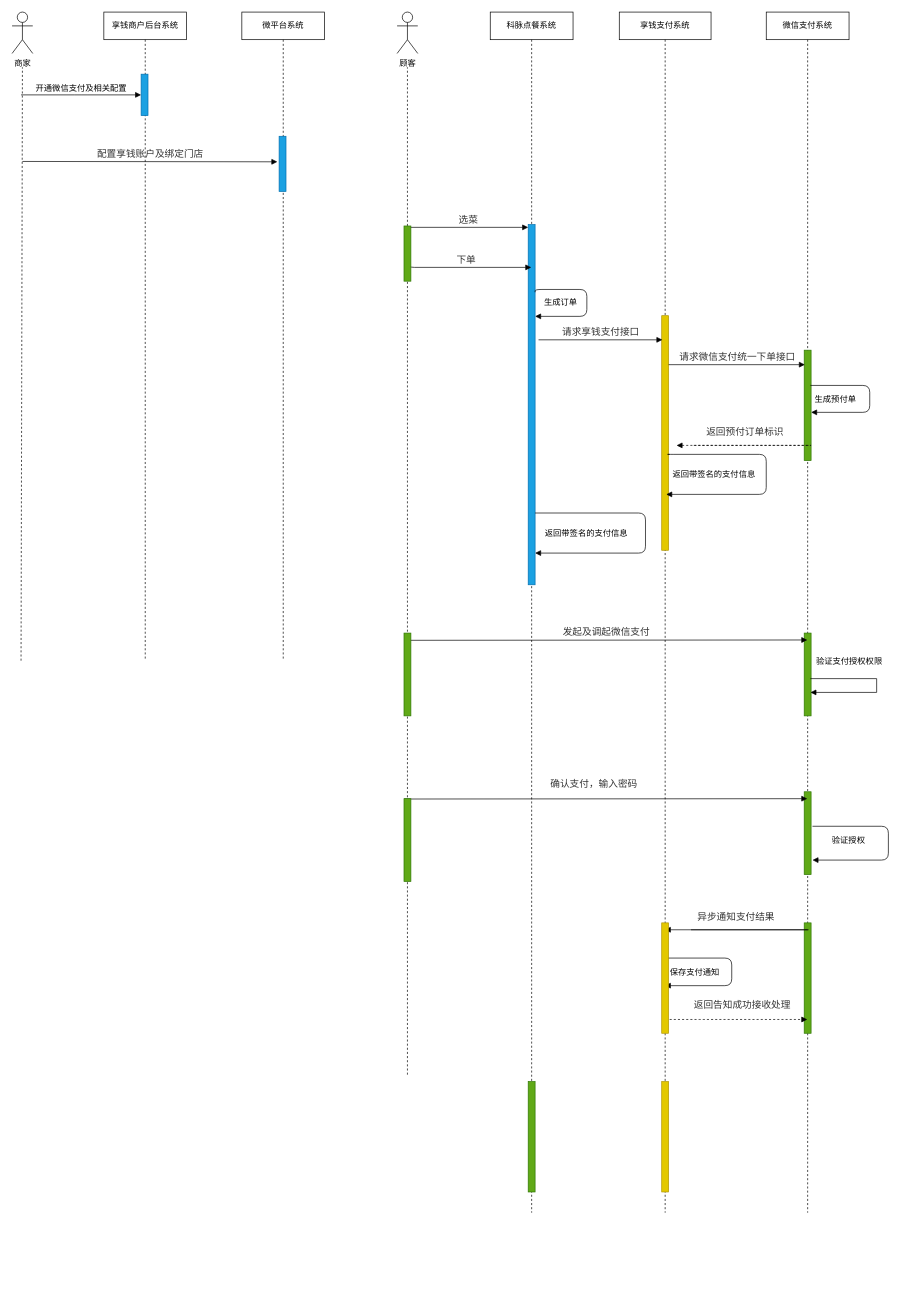
Above: Kemai/享钱支付顺序图.drawio in noobwu/diagrams (draw.io), before the change. Source tidied: cells renumbered, new cells numbered last; positions are measured from the earlier drawing's top-left corner, leaving out a move shared by most shapes. Both pictures are drawn from the tidied source at 69%, with x=0, y=0 at pixel (12, 12).
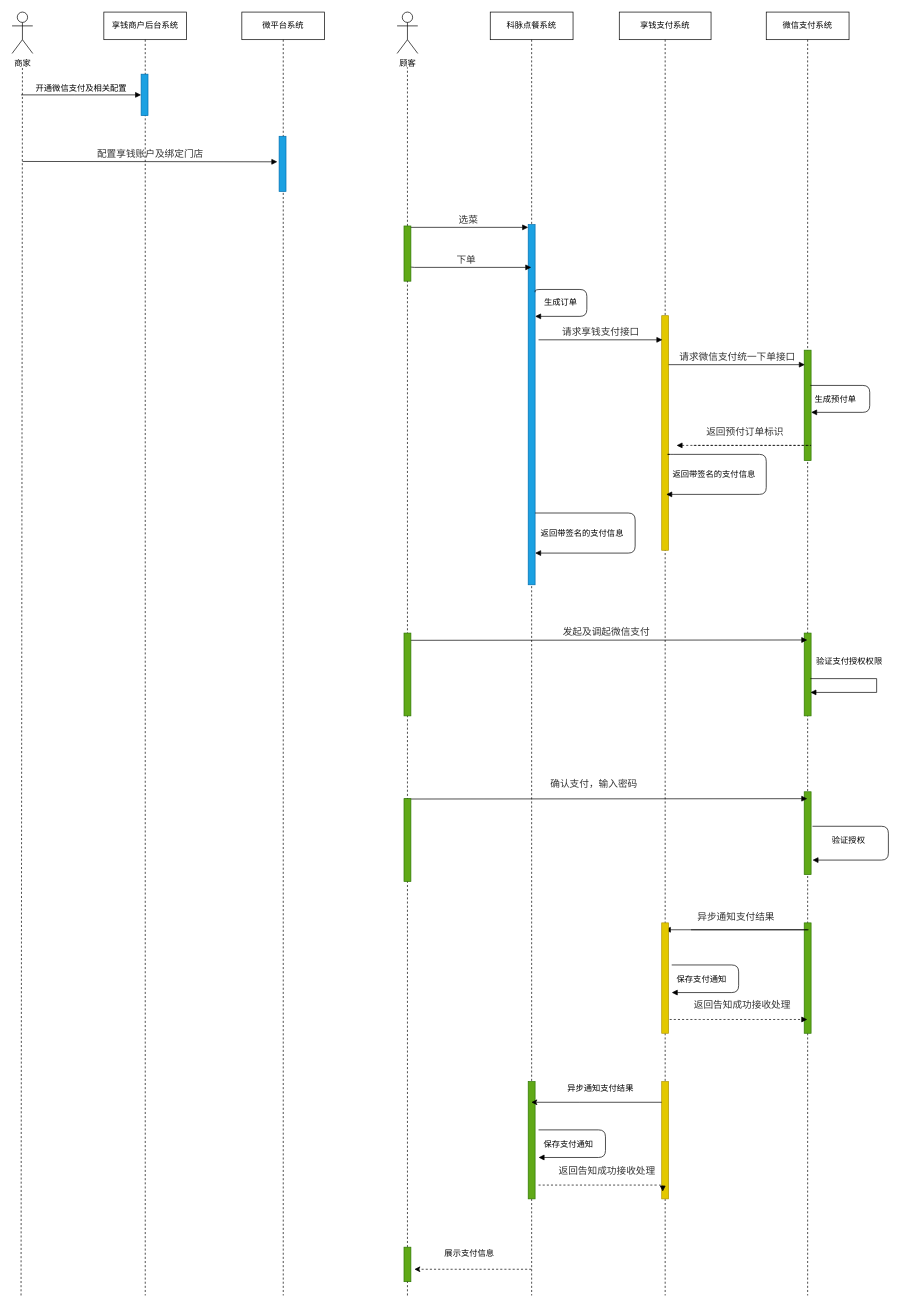
The same diagram, later.

Commit message:
更新享钱支付顺序图.drawio

Unchanged cells that the change refers to:
```xml
<mxCell id="5" style="html=1;points=[];perimeter=orthogonalPerimeter;fillColor=#1ba1e2;strokeColor=#006EAF;fontColor=#ffffff;" parent="4" vertex="1">
  <mxGeometry x="55" y="308" width="10" height="522" as="geometry" />
</mxCell>
<mxCell id="19" style="html=1;points=[];perimeter=orthogonalPerimeter;fillColor=#60a917;strokeColor=#2D7600;fontColor=#ffffff;" parent="1" vertex="1">
  <mxGeometry x="568" y="310" width="10" height="80" as="geometry" />
</mxCell>
```

Change to the diagram source:
```diff
@@
     <mxCell id="4" value="科脉点餐系统" style="shape=umlLifeline;perimeter=lifelinePerimeter;whiteSpace=wrap;html=1;outlineConnect=0;" parent="1" vertex="1">
-      <mxGeometry x="693" width="120" height="1740" as="geometry" />
+      <mxGeometry x="693" width="120" height="1860" as="geometry" />
     </mxCell>
@@
     <mxCell id="7" style="html=1;perimeter=orthogonalPerimeter;fillColor=#60a917;strokeColor=#2D7600;fontColor=#ffffff;" parent="4" vertex="1">
-      <mxGeometry x="55" y="1550" width="10" height="160" as="geometry" />
+      <mxGeometry x="55" y="1550" width="10" height="170" as="geometry" />
     </mxCell>
     <mxCell id="8" value="返回带签名的支付信息" style="html=1;verticalAlign=bottom;endArrow=block;labelBackgroundColor=#ffffff;fontFamily=Verdana;fontSize=12;elbow=vertical;edgeStyle=orthogonalEdgeStyle;rounded=1;entryX=1;entryY=0.912;entryDx=0;entryDy=0;entryPerimeter=0;" parent="4" edge="1" source="5" target="5">
       <mxGeometry x="0.61" y="-19" relative="1" as="geometry">
         <Array as="points">
-          <mxPoint x="225" y="726" />
-          <mxPoint x="225" y="784" />
+          <mxPoint x="210" y="726" />
+          <mxPoint x="210" y="784" />
         </Array>
       </mxGeometry>
     </mxCell>
     <mxCell id="9" value="微平台系统" style="shape=umlLifeline;perimeter=lifelinePerimeter;whiteSpace=wrap;html=1;" parent="1" vertex="1">
-      <mxGeometry x="333" width="120" height="940" as="geometry" />
+      <mxGeometry x="333" width="120" height="1860" as="geometry" />
     </mxCell>
@@
     <mxCell id="11" value="享钱商户后台系统" style="shape=umlLifeline;perimeter=lifelinePerimeter;whiteSpace=wrap;html=1;" parent="1" vertex="1">
-      <mxGeometry x="133" width="120" height="940" as="geometry" />
+      <mxGeometry x="133" width="120" height="1860" as="geometry" />
     </mxCell>
@@
     <mxCell id="13" style="endArrow=none;dashed=1;html=1;" parent="1" edge="1">
       <mxGeometry relative="1" as="geometry">
-        <mxPoint x="13" y="940" as="sourcePoint" />
+        <mxPoint x="13" y="1860" as="sourcePoint" />
         <mxPoint x="15" y="80" as="targetPoint" />
       </mxGeometry>
     </mxCell>
@@
-    <mxCell id="20" style="endArrow=none;dashed=1;html=1;" parent="1" edge="1" target="19">
-      <mxGeometry relative="1" as="geometry">
-        <mxPoint x="573" y="1540" as="sourcePoint" />
-      </mxGeometry>
+    <mxCell id="20" style="endArrow=none;dashed=1;html=1;" parent="1" edge="1" source="49" target="19">
+      <mxGeometry relative="1" as="geometry" />
     </mxCell>
     <mxCell id="21" value="微信支付系统" style="shape=umlLifeline;perimeter=lifelinePerimeter;whiteSpace=wrap;html=1;outlineConnect=0;" parent="1" vertex="1">
-      <mxGeometry x="1093" width="120" height="1740" as="geometry" />
+      <mxGeometry x="1093" width="120" height="1860" as="geometry" />
     </mxCell>
@@
     <mxCell id="27" value="享钱支付系统" style="shape=umlLifeline;perimeter=lifelinePerimeter;whiteSpace=wrap;html=1;outlineConnect=0;" parent="1" vertex="1">
-      <mxGeometry x="880" width="133" height="1740" as="geometry" />
+      <mxGeometry x="880" width="133" height="1860" as="geometry" />
     </mxCell>
@@
     <mxCell id="29" style="html=1;points=[];perimeter=orthogonalPerimeter;fillColor=#e3c800;strokeColor=#B09500;fontColor=#ffffff;" parent="27" vertex="1">
-      <mxGeometry x="61.5" y="1550" width="10" height="160" as="geometry" />
+      <mxGeometry x="61.5" y="1550" width="10" height="170" as="geometry" />
     </mxCell>
@@
     <mxCell id="41" value="保存支付通知" style="html=1;verticalAlign=bottom;endArrow=block;labelBackgroundColor=#ffffff;fontFamily=Verdana;fontSize=12;elbow=vertical;edgeStyle=orthogonalEdgeStyle;rounded=1;" parent="1" edge="1">
       <mxGeometry x="0.63" y="-10" relative="1" as="geometry">
-        <mxPoint x="946" y="1371" as="sourcePoint" />
-        <mxPoint x="946" y="1411" as="targetPoint" />
+        <mxPoint x="763" y="1620" as="sourcePoint" />
+        <mxPoint x="763" y="1660" as="targetPoint" />
         <Array as="points">
-          <mxPoint x="1043" y="1371" />
-          <mxPoint x="1043" y="1411" />
+          <mxPoint x="860" y="1620" />
+          <mxPoint x="860" y="1660" />
         </Array>
       </mxGeometry>
     </mxCell>
@@
+    <mxCell id="44" style="endArrow=classic;html=1;rounded=0;" parent="1" edge="1" source="29" target="4">
+      <mxGeometry relative="1" as="geometry">
+        <Array as="points">
+          <mxPoint x="823" y="1580" />
+        </Array>
+      </mxGeometry>
+    </mxCell>
+    <mxCell id="45" value="异步通知支付结果" style="text;html=1;strokeColor=none;fillColor=none;align=center;verticalAlign=middle;whiteSpace=wrap;rounded=0;" parent="1" vertex="1">
+      <mxGeometry x="803" y="1550" width="100" height="20" as="geometry" />
+    </mxCell>
+    <mxCell id="46" value="保存支付通知" style="html=1;verticalAlign=bottom;endArrow=block;labelBackgroundColor=#ffffff;fontFamily=Verdana;fontSize=12;elbow=vertical;edgeStyle=orthogonalEdgeStyle;rounded=1;" parent="1" edge="1">
+      <mxGeometry x="0.63" y="-10" relative="1" as="geometry">
+        <mxPoint x="956" y="1381" as="sourcePoint" />
+        <mxPoint x="956" y="1421" as="targetPoint" />
+        <Array as="points">
+          <mxPoint x="1053" y="1381" />
+          <mxPoint x="1053" y="1421" />
+        </Array>
+      </mxGeometry>
+    </mxCell>
+    <mxCell id="47" value="&lt;div style=&quot;text-align: left&quot;&gt;&lt;font color=&quot;#333333&quot;&gt;&lt;span style=&quot;font-size: 14px&quot;&gt;返回告知成功接收处理&lt;/span&gt;&lt;/font&gt;&lt;/div&gt;" style="html=1;verticalAlign=bottom;endArrow=block;labelBackgroundColor=none;fontFamily=Verdana;fontSize=12;edgeStyle=elbowEdgeStyle;elbow=vertical;dashed=1;entryX=0.15;entryY=0.938;entryDx=0;entryDy=0;entryPerimeter=0;" parent="1" edge="1" target="29">
+      <mxGeometry x="0.05" y="10" relative="1" as="geometry">
+        <mxPoint x="763" y="1700" as="sourcePoint" />
+        <Array as="points">
+          <mxPoint x="802" y="1700" />
+        </Array>
+      </mxGeometry>
+    </mxCell>
+    <mxCell id="48" value="展示支付信息" style="text;html=1;strokeColor=none;fillColor=none;align=center;verticalAlign=middle;whiteSpace=wrap;rounded=0;" parent="1" vertex="1">
+      <mxGeometry x="623" y="1790" width="80" height="20" as="geometry" />
+    </mxCell>
+    <mxCell id="49" style="html=1;points=[];perimeter=orthogonalPerimeter;fillColor=#60a917;strokeColor=#2D7600;fontColor=#ffffff;" parent="1" vertex="1">
+      <mxGeometry x="568" y="1790" width="10" height="50" as="geometry" />
+    </mxCell>
+    <mxCell id="50" style="endArrow=none;dashed=1;html=1;" parent="1" edge="1" target="49">
+      <mxGeometry relative="1" as="geometry">
+        <mxPoint x="573" y="1860" as="sourcePoint" />
+      </mxGeometry>
+    </mxCell>
+    <mxCell id="51" style="endArrow=classic;html=1;dashed=1;" parent="1" edge="1" source="4">
+      <mxGeometry relative="1" as="geometry">
+        <mxPoint x="583" y="1822" as="targetPoint" />
+      </mxGeometry>
+    </mxCell>
```
